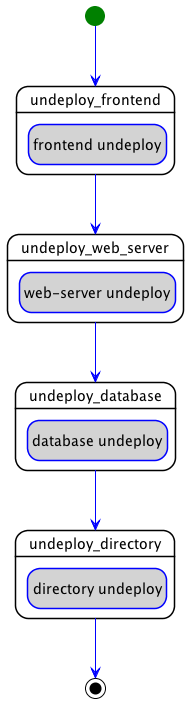
Above: examples/Khutulun/diagrams/uml2/Khutulun Hello World Example-parallel_undeploy-workflow-diagram.png in Orange-OpenSource/Cloudnet-TOSCA-toolbox (PlantUML), before the change.
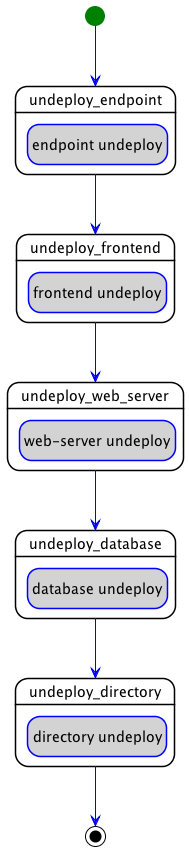
Above is the later version.

Change to the diagram source:
```diff
@@ -16,6 +16,9 @@
 skinparam ActivityBarColor<<fork>> DarkGreen
 skinparam ActivityBarColor<<join>> DarkOrange
 
+state "undeploy_endpoint" as step_parallel_undeploy_undeploy_endpoint << step >> {
+  state "endpoint undeploy" as step_parallel_undeploy_undeploy_endpoint_endpoint_undeploy << delegate >>
+}
 state "undeploy_frontend" as step_parallel_undeploy_undeploy_frontend << step >> {
   state "frontend undeploy" as step_parallel_undeploy_undeploy_frontend_frontend_undeploy << delegate >>
 }
@@ -28,9 +31,10 @@
 state "undeploy_directory" as step_parallel_undeploy_undeploy_directory << step >> {
   state "directory undeploy" as step_parallel_undeploy_undeploy_directory_directory_undeploy << delegate >>
 }
+step_parallel_undeploy_undeploy_endpoint --> step_parallel_undeploy_undeploy_frontend
 step_parallel_undeploy_undeploy_frontend --> step_parallel_undeploy_undeploy_web_server
 step_parallel_undeploy_undeploy_web_server --> step_parallel_undeploy_undeploy_database
 step_parallel_undeploy_undeploy_database --> step_parallel_undeploy_undeploy_directory
-[*] --> step_parallel_undeploy_undeploy_frontend
+[*] --> step_parallel_undeploy_undeploy_endpoint
 step_parallel_undeploy_undeploy_directory --> [*]
 @enduml
```
